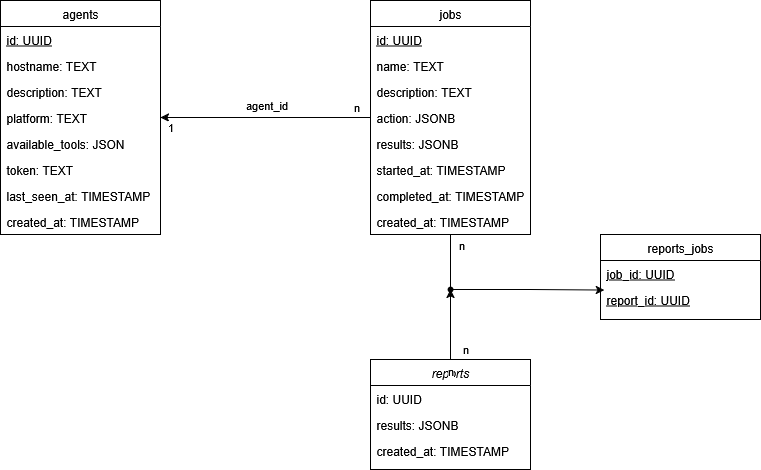
Pentulz/backend keeps this draw.io diagram as docs/DATABASE_UML.png. Above is the earlier version. Source tidied: cells renumbered, new cells last; positions are measured from the earlier drawing's top-left corner, leaving out a move shared by most shapes.
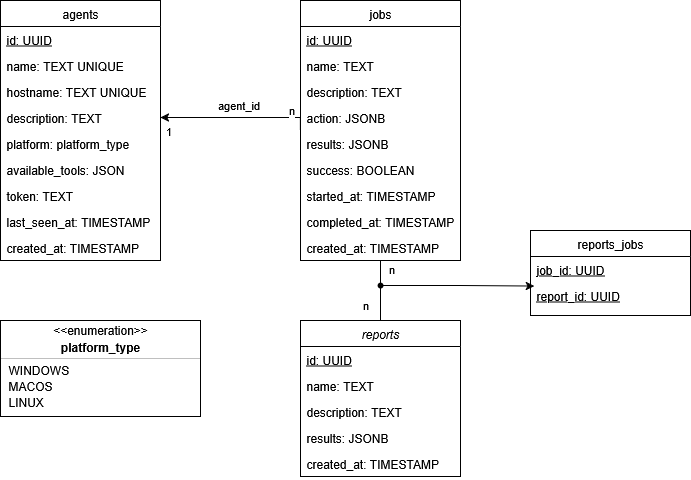
The same file after the commit.

Change to the diagram source:
```diff
@@ -3,34 +3,41 @@
     <mxCell id="0" />
     <mxCell id="1" parent="0" />
     <mxCell id="2" value="agents" style="swimlane;fontStyle=0;align=center;verticalAlign=top;horizontal=1;startSize=26;rounded=0;shadow=0;strokeWidth=1;" parent="1" vertex="1">
-      <mxGeometry width="160" height="234" as="geometry" />
+      <mxGeometry x="70" y="4" width="160" height="260" as="geometry" />
     </mxCell>
     <mxCell id="3" value="id: UUID" style="text;align=left;verticalAlign=top;spacingLeft=4;spacingRight=4;overflow=hidden;fontStyle=4;" parent="2" vertex="1">
       <mxGeometry y="26" width="160" height="26" as="geometry" />
     </mxCell>
+    <mxCell id="39" value="name: TEXT UNIQUE" style="text;align=left;verticalAlign=top;spacingLeft=4;spacingRight=4;overflow=hidden;fontStyle=0;" parent="2" vertex="1">
+      <mxGeometry y="52" width="160" height="26" as="geometry" />
+    </mxCell>
-    <mxCell id="4" value="hostname: TEXT" style="text;align=left;verticalAlign=top;spacingLeft=4;spacingRight=4;overflow=hidden;rounded=0;shadow=0;html=0;" parent="2" vertex="1">
-      <mxGeometry y="52" width="160" height="26" as="geometry" />
+    <mxCell id="4" value="hostname: TEXT UNIQUE" style="text;align=left;verticalAlign=top;spacingLeft=4;spacingRight=4;overflow=hidden;rounded=0;shadow=0;html=0;" parent="2" vertex="1">
+      <mxGeometry y="78" width="160" height="26" as="geometry" />
     </mxCell>
     <mxCell id="5" value="description: TEXT" style="text;align=left;verticalAlign=top;spacingLeft=4;spacingRight=4;overflow=hidden;points=[[0,0.5],[1,0.5]];portConstraint=eastwest;rounded=0;shadow=0;html=0;" parent="2" vertex="1">
-      <mxGeometry y="78" width="160" height="26" as="geometry" />
+      <mxGeometry y="104" width="160" height="26" as="geometry" />
     </mxCell>
-    <mxCell id="6" value="platform: TEXT" style="text;align=left;verticalAlign=top;spacingLeft=4;spacingRight=4;overflow=hidden;points=[[0,0.5],[1,0.5]];portConstraint=eastwest;rounded=0;shadow=0;html=0;" parent="2" vertex="1">
-      <mxGeometry y="104" width="160" height="26" as="geometry" />
+    <mxCell id="6" value="platform: platform_type" style="text;align=left;verticalAlign=top;spacingLeft=4;spacingRight=4;overflow=hidden;points=[[0,0.5],[1,0.5]];portConstraint=eastwest;rounded=0;shadow=0;html=0;" parent="2" vertex="1">
+      <mxGeometry y="130" width="160" height="26" as="geometry" />
     </mxCell>
     <mxCell id="7" value="available_tools: JSON" style="text;align=left;verticalAlign=top;spacingLeft=4;spacingRight=4;overflow=hidden;rounded=0;shadow=0;html=0;" parent="2" vertex="1">
-      <mxGeometry y="130" width="160" height="26" as="geometry" />
+      <mxGeometry y="156" width="160" height="26" as="geometry" />
     </mxCell>
     <mxCell id="8" value="token: TEXT" style="text;align=left;verticalAlign=top;spacingLeft=4;spacingRight=4;overflow=hidden;rounded=0;shadow=0;html=0;" parent="2" vertex="1">
-      <mxGeometry y="156" width="160" height="26" as="geometry" />
+      <mxGeometry y="182" width="160" height="26" as="geometry" />
     </mxCell>
     <mxCell id="9" value="last_seen_at: TIMESTAMP" style="text;align=left;verticalAlign=top;spacingLeft=4;spacingRight=4;overflow=hidden;rounded=0;shadow=0;html=0;" parent="2" vertex="1">
-      <mxGeometry y="182" width="160" height="26" as="geometry" />
+      <mxGeometry y="208" width="160" height="26" as="geometry" />
     </mxCell>
     <mxCell id="10" value="created_at: TIMESTAMP" style="text;align=left;verticalAlign=top;spacingLeft=4;spacingRight=4;overflow=hidden;rounded=0;shadow=0;html=0;" parent="2" vertex="1">
-      <mxGeometry y="208" width="160" height="26" as="geometry" />
+      <mxGeometry y="234" width="160" height="26" as="geometry" />
     </mxCell>
-    <mxCell id="11" style="edgeStyle=orthogonalEdgeStyle;rounded=0;jettySize=auto;html=1;exitX=0;exitY=0.5;exitDx=0;exitDy=0;entryX=1;entryY=0.5;entryDx=0;entryDy=0;" parent="1" edge="1" source="15" target="6">
-      <mxGeometry relative="1" as="geometry" />
+    <mxCell id="11" style="edgeStyle=orthogonalEdgeStyle;rounded=0;jettySize=auto;html=1;exitX=0;exitY=0.5;exitDx=0;exitDy=0;entryX=1;entryY=0.5;entryDx=0;entryDy=0;" parent="1" edge="1" source="15" target="5">
+      <mxGeometry relative="1" as="geometry">
+        <Array as="points">
+          <mxPoint x="370" y="121" />
+        </Array>
+      </mxGeometry>
     </mxCell>
     <mxCell id="12" value="agent_id" style="edgeLabel;html=1;align=center;verticalAlign=middle;" parent="11" vertex="1">
       <mxGeometry x="0.04" relative="1" as="geometry">
@@ -39,16 +46,16 @@
     </mxCell>
     <mxCell id="13" value="1" style="edgeLabel;html=1;align=center;verticalAlign=middle;" parent="11" vertex="1">
       <mxGeometry x="0.91" y="1" relative="1" as="geometry">
-        <mxPoint y="8" as="offset" />
+        <mxPoint y="12" as="offset" />
       </mxGeometry>
     </mxCell>
     <mxCell id="14" value="n" style="edgeLabel;html=1;align=center;verticalAlign=middle;" parent="11" vertex="1">
       <mxGeometry x="-0.86" y="-1" relative="1" as="geometry">
-        <mxPoint y="-10" as="offset" />
+        <mxPoint x="-11" y="-10" as="offset" />
       </mxGeometry>
     </mxCell>
     <mxCell id="15" value="jobs" style="swimlane;fontStyle=0;align=center;verticalAlign=top;horizontal=1;startSize=26;rounded=0;shadow=0;strokeWidth=1;" parent="1" vertex="1">
-      <mxGeometry x="370" width="160" height="234" as="geometry" />
+      <mxGeometry x="370" y="4" width="160" height="260" as="geometry" />
     </mxCell>
     <mxCell id="16" value="id: UUID" style="text;align=left;verticalAlign=top;spacingLeft=4;spacingRight=4;overflow=hidden;fontStyle=4;" parent="15" vertex="1">
       <mxGeometry y="26" width="160" height="26" as="geometry" />
@@ -65,29 +72,35 @@
     <mxCell id="20" value="results: JSONB" style="text;align=left;verticalAlign=top;spacingLeft=4;spacingRight=4;overflow=hidden;rounded=0;shadow=0;html=0;" parent="15" vertex="1">
       <mxGeometry y="130" width="160" height="26" as="geometry" />
     </mxCell>
+    <mxCell id="40" value="success: BOOLEAN" style="text;align=left;verticalAlign=top;spacingLeft=4;spacingRight=4;overflow=hidden;rounded=0;shadow=0;html=0;" parent="15" vertex="1">
+      <mxGeometry y="156" width="160" height="26" as="geometry" />
+    </mxCell>
     <mxCell id="21" value="started_at: TIMESTAMP" style="text;align=left;verticalAlign=top;spacingLeft=4;spacingRight=4;overflow=hidden;rounded=0;shadow=0;html=0;" parent="15" vertex="1">
-      <mxGeometry y="156" width="160" height="26" as="geometry" />
+      <mxGeometry y="182" width="160" height="26" as="geometry" />
     </mxCell>
     <mxCell id="22" value="completed_at: TIMESTAMP" style="text;align=left;verticalAlign=top;spacingLeft=4;spacingRight=4;overflow=hidden;rounded=0;shadow=0;html=0;" parent="15" vertex="1">
-      <mxGeometry y="182" width="160" height="26" as="geometry" />
+      <mxGeometry y="208" width="160" height="26" as="geometry" />
     </mxCell>
     <mxCell id="23" value="created_at: TIMESTAMP" style="text;align=left;verticalAlign=top;spacingLeft=4;spacingRight=4;overflow=hidden;rounded=0;shadow=0;html=0;" parent="15" vertex="1">
-      <mxGeometry y="208" width="160" height="26" as="geometry" />
+      <mxGeometry y="234" width="160" height="26" as="geometry" />
     </mxCell>
-    <mxCell id="24" style="edgeStyle=orthogonalEdgeStyle;rounded=0;jettySize=auto;html=1;" parent="1" edge="1" source="25" target="36">
-      <mxGeometry relative="1" as="geometry" />
-    </mxCell>
     <mxCell id="25" value="reports" style="swimlane;fontStyle=2;align=center;verticalAlign=top;horizontal=1;startSize=26;rounded=0;shadow=0;strokeWidth=1;" parent="1" vertex="1">
-      <mxGeometry x="370" y="359" width="160" height="110" as="geometry" />
+      <mxGeometry x="370" y="324" width="160" height="156" as="geometry" />
     </mxCell>
-    <mxCell id="26" value="id: UUID" style="text;align=left;verticalAlign=top;spacingLeft=4;spacingRight=4;overflow=hidden;fontStyle=0;" parent="25" vertex="1">
+    <mxCell id="26" value="id: UUID" style="text;align=left;verticalAlign=top;spacingLeft=4;spacingRight=4;overflow=hidden;fontStyle=4;" parent="25" vertex="1">
       <mxGeometry y="26" width="160" height="26" as="geometry" />
     </mxCell>
+    <mxCell id="41" value="name: TEXT" style="text;align=left;verticalAlign=top;spacingLeft=4;spacingRight=4;overflow=hidden;fontStyle=0;" parent="25" vertex="1">
+      <mxGeometry y="52" width="160" height="26" as="geometry" />
+    </mxCell>
+    <mxCell id="42" value="description: TEXT" style="text;align=left;verticalAlign=top;spacingLeft=4;spacingRight=4;overflow=hidden;fontStyle=0;" parent="25" vertex="1">
+      <mxGeometry y="78" width="160" height="26" as="geometry" />
+    </mxCell>
     <mxCell id="27" value="results: JSONB" style="text;align=left;verticalAlign=top;spacingLeft=4;spacingRight=4;overflow=hidden;rounded=0;shadow=0;html=0;" parent="25" vertex="1">
-      <mxGeometry y="52" width="160" height="26" as="geometry" />
+      <mxGeometry y="104" width="160" height="26" as="geometry" />
     </mxCell>
     <mxCell id="28" value="created_at: TIMESTAMP" style="text;align=left;verticalAlign=top;spacingLeft=4;spacingRight=4;overflow=hidden;rounded=0;shadow=0;html=0;" parent="25" vertex="1">
-      <mxGeometry y="78" width="160" height="26" as="geometry" />
+      <mxGeometry y="130" width="160" height="26" as="geometry" />
     </mxCell>
     <mxCell id="29" value="reports_jobs" style="swimlane;fontStyle=0;align=center;verticalAlign=top;horizontal=1;startSize=26;rounded=0;shadow=0;strokeWidth=1;" parent="1" vertex="1">
       <mxGeometry x="600" y="234" width="160" height="85" as="geometry" />
@@ -106,24 +119,48 @@
         <mxPoint x="10" y="7" as="offset" />
       </mxGeometry>
     </mxCell>
-    <mxCell id="34" style="edgeStyle=orthogonalEdgeStyle;rounded=0;jettySize=auto;html=1;exitX=0.5;exitY=0;exitDx=0;exitDy=0;entryDx=0;entryDy=0;startArrow=none;startFill=0;endArrow=none;endFill=0;" parent="1" edge="1" source="25" target="36">
-      <mxGeometry relative="1" as="geometry" />
+    <mxCell id="34" style="edgeStyle=orthogonalEdgeStyle;rounded=0;jettySize=auto;html=1;exitX=0.5;exitY=0;exitDx=0;exitDy=0;entryDx=0;entryDy=0;startArrow=none;startFill=0;endArrow=none;endFill=0;" parent="1" edge="1" source="25">
+      <mxGeometry relative="1" as="geometry">
+        <mxPoint x="470" y="289" as="targetPoint" />
+        <Array as="points">
+          <mxPoint x="450" y="289" />
+        </Array>
+      </mxGeometry>
     </mxCell>
-    <mxCell id="35" value="n" style="edgeLabel;html=1;align=center;verticalAlign=middle;" parent="34" vertex="1">
-      <mxGeometry x="-0.91" y="1" relative="1" as="geometry">
-        <mxPoint y="14" as="offset" />
-      </mxGeometry>
-    </mxCell>
-    <mxCell id="36" style="shape=waypoint;sketch=0;fillStyle=solid;size=6;points=[];fillColor=none;perimeter=centerPerimeter;snapToPoint=1;" parent="1" vertex="1">
+    <mxCell id="36" style="shape=waypoint;sketch=0;fillStyle=solid;size=6;points=[];fillColor=none;perimeter=centerPerimeter;snapToPoint=1;strokeColor=default;" parent="1" vertex="1">
       <mxGeometry x="440" y="279" width="20" height="20" as="geometry" />
     </mxCell>
     <mxCell id="37" style="edgeStyle=orthogonalEdgeStyle;rounded=0;jettySize=auto;html=1;entryX=0.024;entryY=0.135;entryDx=0;entryDy=0;entryPerimeter=0;" parent="1" edge="1" source="36" target="31">
       <mxGeometry relative="1" as="geometry" />
     </mxCell>
     <mxCell id="38" value="n" style="edgeLabel;html=1;align=center;verticalAlign=middle;" parent="1" vertex="1">
-      <mxGeometry x="470" y="254" as="geometry">
+      <mxGeometry x="440" y="214" as="geometry">
         <mxPoint x="-6" y="94" as="offset" />
       </mxGeometry>
     </mxCell>
+    <mxCell id="43" style="fontStyle=1;align=center;verticalAlign=middle;horizontal=1;" parent="1" vertex="1">
+      <mxGeometry x="70" y="324" width="200" height="96" as="geometry" />
+    </mxCell>
+    <mxCell id="44" value="&amp;lt;&amp;lt;enumeration&amp;gt;&amp;gt;" style="html=1;align=center;spacing=0;verticalAlign=middle;strokeColor=none;fillColor=none;whiteSpace=wrap;" parent="43" vertex="1">
+      <mxGeometry width="200" height="20" as="geometry" />
+    </mxCell>
+    <mxCell id="45" value="platform_type" style="html=1;align=center;spacing=0;verticalAlign=middle;strokeColor=none;fillColor=none;whiteSpace=wrap;fontStyle=1;" parent="43" vertex="1">
+      <mxGeometry y="20" width="200" height="14" as="geometry" />
+    </mxCell>
+    <mxCell id="46" style="line;strokeWidth=0.25;fillColor=none;align=left;verticalAlign=middle;spacingTop=-1;spacingLeft=3;spacingRight=3;labelPosition=right;" parent="43" vertex="1">
+      <mxGeometry y="34" width="200" height="8" as="geometry" />
+    </mxCell>
+    <mxCell id="47" value="WINDOWS" style="html=1;align=left;spacing=0;spacingLeft=8;verticalAlign=middle;strokeColor=none;fillColor=none;whiteSpace=wrap;" parent="43" vertex="1">
+      <mxGeometry y="42" width="200" height="16" as="geometry" />
+    </mxCell>
+    <mxCell id="48" value="MACOS" style="html=1;align=left;spacing=0;spacingLeft=8;verticalAlign=middle;strokeColor=none;fillColor=none;whiteSpace=wrap;" parent="43" vertex="1">
+      <mxGeometry y="58" width="200" height="16" as="geometry" />
+    </mxCell>
+    <mxCell id="49" value="LINUX" style="html=1;align=left;spacing=0;spacingLeft=8;verticalAlign=middle;strokeColor=none;fillColor=none;whiteSpace=wrap;" parent="43" vertex="1">
+      <mxGeometry y="74" width="200" height="16" as="geometry" />
+    </mxCell>
+    <mxCell id="50" style="html=1;align=left;spacing=0;spacingLeft=8;verticalAlign=middle;strokeColor=none;fillColor=none;whiteSpace=wrap;" parent="43" vertex="1">
+      <mxGeometry y="90" width="200" height="6" as="geometry" />
+    </mxCell>
   </root>
 </mxGraphModel>
```
